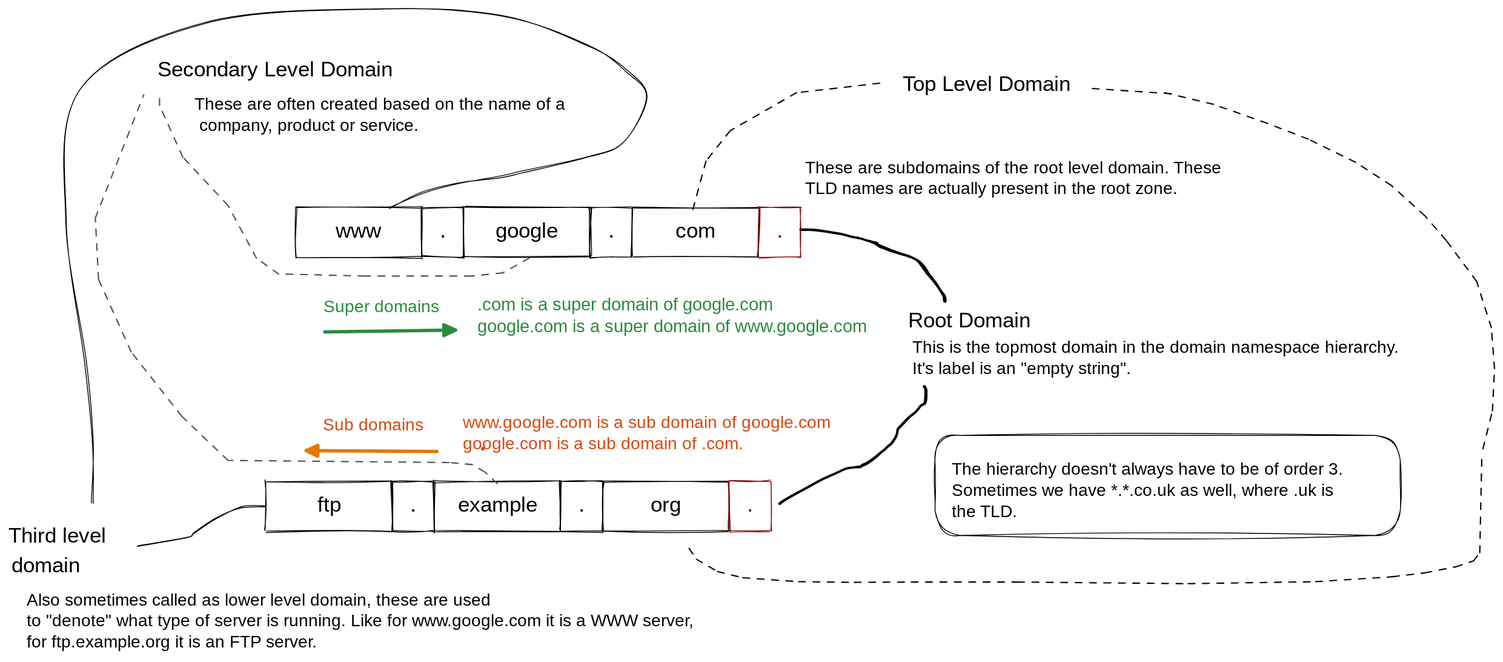
The Excalidraw diagram .gitbook/assets/file.excalidraw.svg in ArkaprabhaChakraborty/Notes-and-Repertoire, before a commit. Source tidied: one line per element, renumbered; positions are measured from the earlier drawing's top-left corner, leaving out a move shared by most shapes.
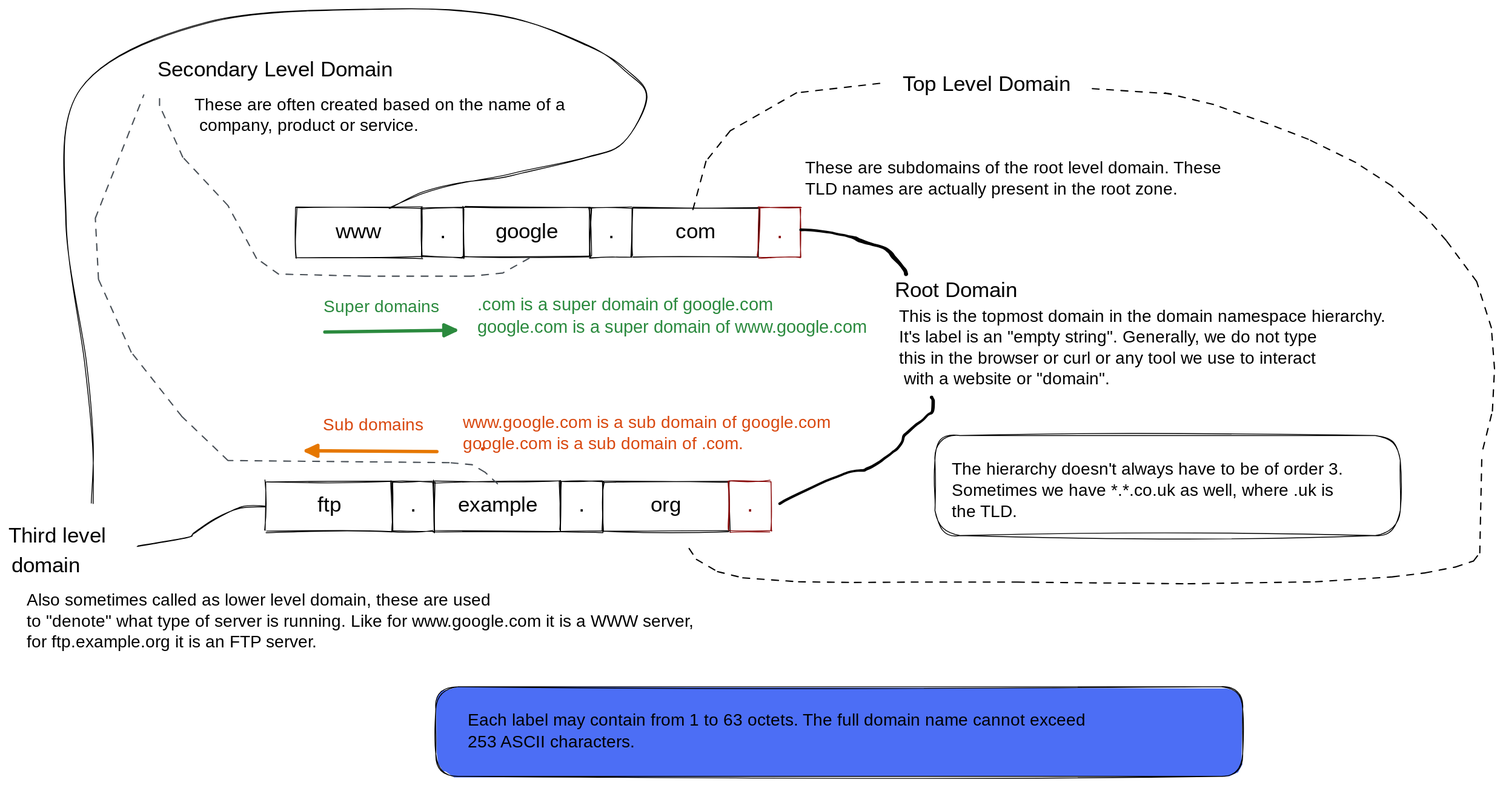
Later version of the same file.

What changed in the source:
```diff
@@ -22,10 +22,10 @@
 {"id": 21, "type": "text", "text": "org", "strokeColor": "#000000", "strokeWidth": 1, "roughness": 1, "fontSize": 25.27, "fontFamily": 1, "textAlign": "center", "verticalAlign": "middle", "inside": 20, "x": 755, "y": 571, "width": 40, "height": 31}
 {"id": 22, "type": "rectangle", "strokeColor": "#880808", "strokeWidth": 1, "roughness": 1, "x": 850, "y": 557, "width": 50, "height": 58}
 {"id": 23, "type": "text", "text": ".", "strokeColor": "#880808", "strokeWidth": 1, "roughness": 1, "fontSize": 26.44, "fontFamily": 1, "textAlign": "center", "verticalAlign": "middle", "inside": 22, "x": 870, "y": 570, "width": 9, "height": 33}
-{"id": 24, "type": "text", "text": "Root Domain ", "strokeColor": "#000000", "strokeWidth": 1, "roughness": 1, "fontSize": 24.83, "fontFamily": 1, "x": 1061, "y": 354, "width": 168, "height": 31}
+{"id": 24, "type": "text", "text": "Root Domain ", "strokeColor": "#000000", "strokeWidth": 1, "roughness": 1, "fontSize": 24.83, "fontFamily": 1, "x": 1045, "y": 317, "width": 168, "height": 31}
-{"id": 25, "type": "text", "text": "This is the topmost domain in the domain namespace hierarchy. \nIt's label is an \"empty string\".  ", "strokeColor": "#000000", "strokeWidth": 1, "roughness": 1, "fontSize": 19.86, "fontFamily": 1, "x": 1066, "y": 388, "width": 626, "height": 50}
+{"id": 25, "type": "text", "text": "This is the topmost domain in the domain namespace hierarchy. \nIt's label is an \"empty string\". Generally, we do not type \nthis in the browser or curl or any tool we use to interact\n with a website or \"domain\".  ", "strokeColor": "#000000", "strokeWidth": 1, "roughness": 1, "fontSize": 19.86, "fontFamily": 1, "x": 1050, "y": 351, "width": 625, "height": 98}
-{"id": 26, "type": "freedraw", "strokeColor": "#000000", "strokeWidth": 1, "roughness": 1, "x": 934, "y": 260, "width": 170, "height": 84, "points": [[0, 0], [3, 0], [7, 0], [20, 0], [29, 2], [37, 4], [51, 5], [58, 7], [67, 11], [74, 11], [78, 12], [82, 14], [84, 14], [87, 16], [88, 16], [90, 16], [91, 18], [91, 19], [96, 21], [103, 23], [110, 26], [118, 28], [122, 30], [130, 32], [133, 33], [137, 35], [139, 37], [141, 39], [142, 40], [143, 42], [145, 42], [145, 44], [146, 46], [149, 49], [151, 55], [155, 58], [161, 65], [163, 69], [166, 74], [167, 76], [169, 77], [170, 79], [170, 81], [170, 83], [170, 84], [170, 84]]}
+{"id": 26, "type": "freedraw", "strokeColor": "#000000", "strokeWidth": 1, "roughness": 1, "x": 934, "y": 260, "width": 124, "height": 52, "points": [[0, 0], [2, 0], [5, 0], [15, 0], [22, 1], [27, 2], [37, 3], [42, 4], [49, 7], [54, 7], [57, 8], [60, 9], [62, 9], [64, 10], [65, 10], [66, 10], [67, 11], [67, 12], [70, 13], [75, 14], [80, 16], [86, 17], [89, 19], [95, 20], [97, 21], [100, 22], [102, 23], [103, 24], [104, 25], [105, 26], [106, 26], [106, 27], [107, 28], [109, 31], [111, 34], [113, 36], [117, 40], [119, 43], [121, 46], [122, 47], [123, 48], [124, 49], [124, 50], [124, 51], [124, 52], [124, 52]]}
-{"id": 27, "type": "freedraw", "strokeColor": "#000000", "strokeWidth": 1, "roughness": 1, "x": 909, "y": 486, "width": 173, "height": 142, "points": [[0, 97], [2, 93], [11, 89], [33, 77], [49, 69], [62, 61], [75, 58], [82, 54], [84, 54], [91, 54], [93, 54], [95, 54], [97, 54], [100, 50], [104, 50], [108, 46], [119, 38], [122, 34], [128, 30], [131, 26], [133, 26], [135, 22], [137, 18], [139, 14], [139, 10], [139, 6], [142, 6], [146, 2], [153, -5], [157, -9], [164, -13], [166, -17], [168, -21], [170, -21], [173, -21], [173, -25], [173, -29], [173, -33], [173, -37], [173, -41], [173, -45], [170, -41], [170, -41]]}
+{"id": 27, "type": "freedraw", "strokeColor": "#000000", "strokeWidth": 1, "roughness": 1, "x": 909, "y": 499, "width": 181, "height": 129, "points": [[0, 84], [2, 80], [12, 77], [35, 66], [51, 59], [65, 52], [79, 48], [86, 45], [88, 45], [95, 45], [98, 45], [100, 45], [102, 45], [104, 41], [109, 41], [114, 38], [125, 30], [128, 27], [135, 23], [137, 20], [139, 20], [142, 16], [144, 13], [146, 9], [146, 5], [146, 2], [149, 2], [153, -2], [160, -9], [165, -13], [172, -16], [174, -20], [176, -23], [179, -23], [181, -23], [181, -27], [181, -30], [181, -34], [181, -38], [181, -41], [181, -45], [179, -41], [179, -41]]}
 {"id": 28, "type": "line", "strokeColor": "#000000", "strokeWidth": 1, "strokeStyle": "dashed", "roughness": 0, "x": 1027, "y": 88, "width": 221, "height": 151, "points": [[0, 0], [-98, 11], [-176, 56], [-205, 92], [-221, 151]]}
 {"id": 29, "type": "line", "strokeColor": "#000000", "strokeWidth": 1, "strokeStyle": "dashed", "roughness": 0, "x": 803, "y": 636, "width": 935, "height": 154, "points": [[0, 0], [9, 13], [34, 27], [63, 35], [129, 39], [195, 40], [262, 40], [387, 40], [588, 42], [739, 39], [829, 33], [868, 29], [904, 22], [925, 15], [932, 5], [935, -112]]}
 {"id": 30, "type": "line", "strokeColor": "#000000", "strokeWidth": 1, "strokeStyle": "dashed", "roughness": 0, "x": 1739, "y": 519, "width": 389, "height": 420, "points": [[0, 0], [11, -45], [14, -94], [10, -143], [-7, -197], [-43, -246], [-68, -274], [-108, -310], [-150, -338], [-206, -365], [-255, -384], [-318, -406], [-375, -420]]}
@@ -50,3 +50,5 @@
 {"id": 49, "type": "rectangle", "strokeColor": "#000000", "strokeWidth": 1, "roughness": 2, "round": true, "x": 1093, "y": 503, "width": 549, "height": 118}
 {"id": 50, "type": "text", "text": "The hierarchy doesn't always have to be of order 3.\nSometimes we have *.*.co.uk as well, where .uk is \nthe TLD.", "strokeColor": "#000000", "strokeWidth": 1, "roughness": 2, "fontSize": 19.86, "fontFamily": 1, "x": 1112, "y": 531, "width": 523, "height": 74}
 {"id": 51, "type": "arrow", "strokeColor": "#e67700", "strokeWidth": 4, "roughness": 0, "endArrowhead": "triangle", "round": true, "x": 505, "y": 522, "width": 154, "height": 1, "points": [[0, 0], [-154, -1]]}
+{"id": 52, "type": "rectangle", "strokeColor": "#000000", "backgroundColor": "#4c6ef5", "fillStyle": "solid", "strokeWidth": 1, "roughness": 1, "round": true, "x": 504, "y": 799, "width": 951, "height": 106}
+{"id": 53, "type": "text", "text": "Each label may contain from 1 to 63 octets. The full domain name cannot exceed \n253 ASCII characters.", "strokeColor": "#000000", "strokeWidth": 1, "roughness": 1, "fontSize": 20, "fontFamily": 1, "x": 542, "y": 827, "width": 821, "height": 51}
```
